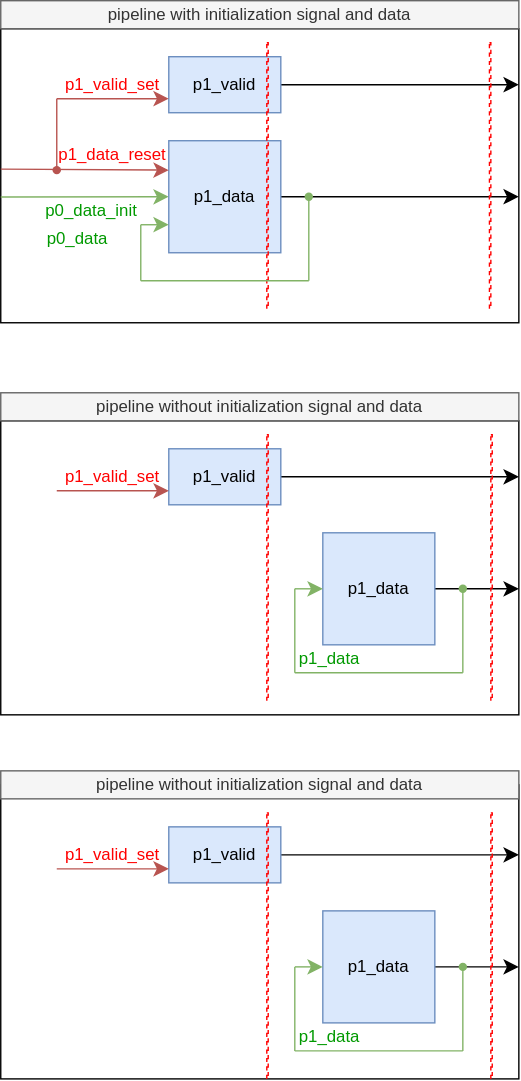
Above: de/v_rule/include/pipeline_init.svg in jnjnliwenjie0022/obs (draw.io), before the change. Source tidied: cells renumbered, new cells last; positions are measured from the earlier drawing's top-left corner, leaving out a move shared by most shapes.
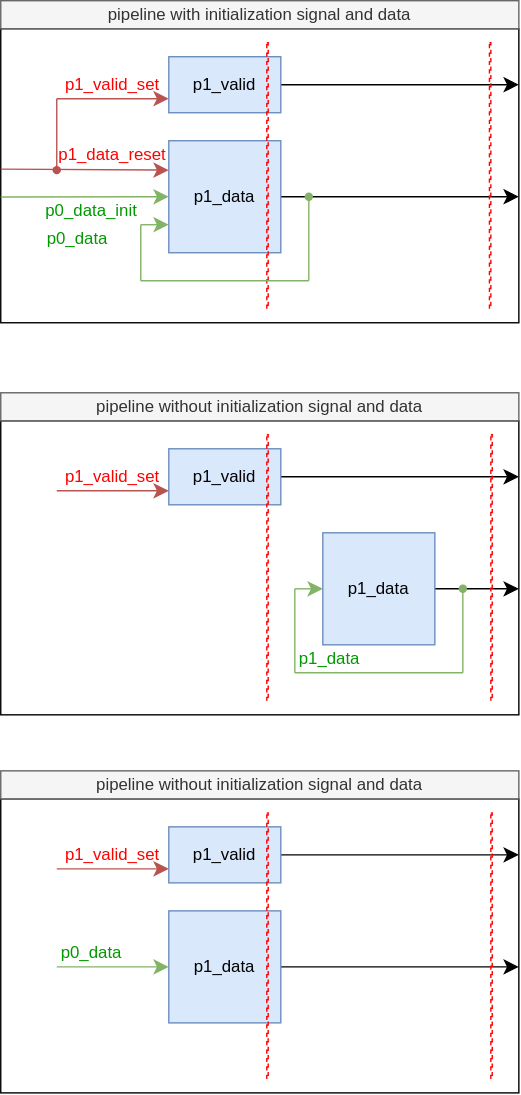
Above is the later version.

Commit message:
vault backup: 2025-05-04 19:21:36

What changed in the source:
```diff
@@ -2,6 +2,9 @@
   <root>
     <mxCell id="0" />
     <mxCell id="1" parent="0" />
+    <mxCell id="56" style="whiteSpace=wrap;html=1;rotation=0;rounded=0;" parent="1" vertex="1">
+      <mxGeometry y="570" width="370" height="210" as="geometry" />
+    </mxCell>
     <mxCell id="2" style="whiteSpace=wrap;html=1;rotation=0;rounded=0;" parent="1" vertex="1">
       <mxGeometry y="300" width="370" height="210" as="geometry" />
     </mxCell>
@@ -156,9 +159,6 @@
     <mxCell id="39" value="&lt;font color=&quot;#009900&quot;&gt;p1_data&lt;/font&gt;" style="whiteSpace=wrap;html=1;rotation=0;rounded=0;strokeColor=none;fillColor=none;" parent="1" vertex="1">
       <mxGeometry x="210" y="460" width="50" height="20" as="geometry" />
     </mxCell>
-    <mxCell id="40" style="whiteSpace=wrap;html=1;rotation=0;rounded=0;" parent="1" vertex="1">
-      <mxGeometry y="560" width="370" height="210" as="geometry" />
-    </mxCell>
     <mxCell id="41" style="edgeStyle=none;curved=1;rounded=0;jettySize=auto;html=1;fontSize=12;startSize=8;endSize=8;" parent="1" edge="1" source="42">
       <mxGeometry relative="1" as="geometry">
         <mxPoint x="370" y="610" as="targetPoint" />
@@ -173,7 +173,7 @@
       </mxGeometry>
     </mxCell>
     <mxCell id="44" value="p1_data" style="whiteSpace=wrap;html=1;rotation=0;fillColor=#dae8fc;strokeColor=#6c8ebf;points=[[0,0],[0,0.1],[0,0.2],[0,0.3],[0,0.4],[0,0.5],[0,0.6],[0,0.7],[0,0.8],[0,0.9],[0,1],[0.1,0],[0.2,0],[0.3,0],[0.4,0],[0.5,0],[0.6,0],[0.7,0],[0.8,0],[0.9,0],[1,0],[1,0.1],[1,0.2],[1,0.3],[1,0.4],[1,0.5],[1,0.6],[1,0.7],[1,0.8],[1,0.9],[0.1,1],[0.2,1],[0.3,1],[0.4,1],[0.5,1],[0.6,1],[0.7,1],[0.8,1],[0.9,1],[1,1]];rounded=0;" parent="1" vertex="1">
-      <mxGeometry x="230" y="650" width="80" height="80" as="geometry" />
+      <mxGeometry x="120" y="650" width="80" height="80" as="geometry" />
     </mxCell>
     <mxCell id="45" style="whiteSpace=wrap;html=1;rotation=0;rounded=0;dashed=1;fillColor=none;strokeColor=#FF0000;" parent="1" vertex="1">
       <mxGeometry x="190" y="580" width="1" height="190" as="geometry" />
@@ -193,33 +193,13 @@
     <mxCell id="49" style="whiteSpace=wrap;html=1;rotation=0;rounded=0;dashed=1;fillColor=none;strokeColor=#FF0000;" parent="1" vertex="1">
       <mxGeometry x="350" y="580" width="1" height="190" as="geometry" />
     </mxCell>
-    <mxCell id="50" style="edgeStyle=none;curved=1;rounded=0;jettySize=auto;html=1;fontSize=12;startSize=8;endSize=8;endArrow=none;endFill=0;fillColor=#d5e8d4;strokeColor=#82b366;" parent="1" edge="1" source="51">
-      <mxGeometry relative="1" as="geometry">
-        <mxPoint x="330" y="750" as="targetPoint" />
-      </mxGeometry>
-    </mxCell>
-    <mxCell id="51" style="shape=waypoint;sketch=0;size=6;points=[];fillColor=#d5e8d4;perimeter=centerPerimeter;snapToPoint=1;strokeColor=#82b366;" parent="1" vertex="1">
-      <mxGeometry x="320" y="680" width="20" height="20" as="geometry" />
-    </mxCell>
     <mxCell id="52" style="edgeStyle=none;curved=1;rounded=0;jettySize=auto;html=1;entryX=0;entryY=0.5;entryDx=0;entryDy=0;fontSize=12;startSize=8;endSize=8;fillColor=#d5e8d4;strokeColor=#82b366;" parent="1" edge="1" target="44">
       <mxGeometry relative="1" as="geometry">
-        <mxPoint x="210" y="690" as="sourcePoint" />
+        <mxPoint x="40" y="690" as="sourcePoint" />
       </mxGeometry>
     </mxCell>
-    <mxCell id="53" style="edgeStyle=none;curved=1;rounded=0;orthogonalLoop=1;jettySize=auto;html=1;entryX=1.017;entryY=0.6;entryDx=0;entryDy=0;entryPerimeter=0;fontSize=12;startSize=8;endSize=8;endArrow=none;endFill=0;fillColor=#d5e8d4;strokeColor=#82b366;" parent="1" edge="1">
-      <mxGeometry relative="1" as="geometry">
-        <mxPoint x="330" y="750" as="sourcePoint" />
-        <mxPoint x="210" y="750" as="targetPoint" />
-      </mxGeometry>
-    </mxCell>
-    <mxCell id="54" style="edgeStyle=none;curved=1;rounded=0;orthogonalLoop=1;jettySize=auto;html=1;entryX=0.439;entryY=0.711;entryDx=0;entryDy=0;entryPerimeter=0;fontSize=12;startSize=8;endSize=8;endArrow=none;endFill=0;fillColor=#d5e8d4;strokeColor=#82b366;" parent="1" edge="1">
-      <mxGeometry relative="1" as="geometry">
-        <mxPoint x="210" y="750" as="sourcePoint" />
-        <mxPoint x="210" y="690" as="targetPoint" />
-      </mxGeometry>
-    </mxCell>
-    <mxCell id="55" value="&lt;font color=&quot;#009900&quot;&gt;p1_data&lt;/font&gt;" style="whiteSpace=wrap;html=1;rotation=0;rounded=0;strokeColor=none;fillColor=none;" parent="1" vertex="1">
-      <mxGeometry x="210" y="730" width="50" height="20" as="geometry" />
-    </mxCell>
+    <mxCell id="57" value="&lt;font color=&quot;#009900&quot;&gt;p0_data&lt;/font&gt;" style="whiteSpace=wrap;html=1;rotation=0;rounded=0;strokeColor=none;fillColor=none;" parent="1" vertex="1">
+      <mxGeometry x="40" y="670" width="50" height="20" as="geometry" />
+    </mxCell>
   </root>
 </mxGraphModel>
```
